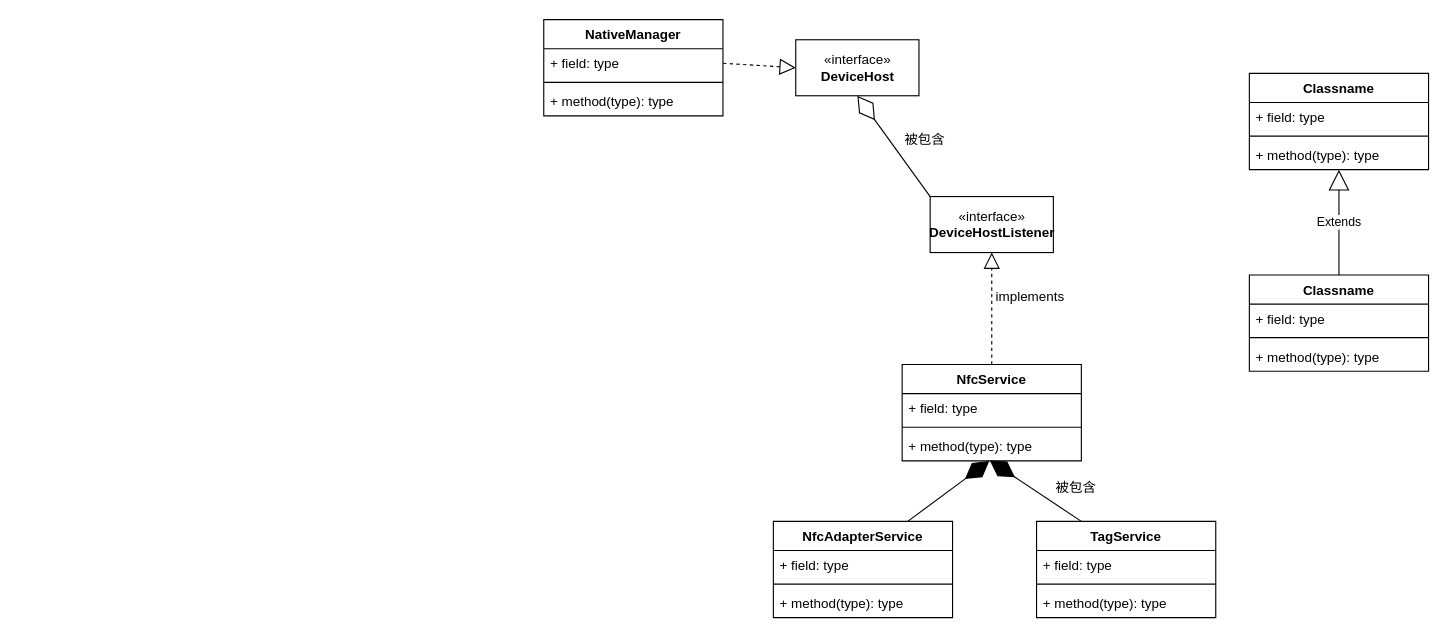
Above: NfcService类图.drawio in SuperSources/draw.io (draw.io), before the change. Source tidied: cells renumbered, new cells numbered last; positions are measured from the earlier drawing's top-left corner, leaving out a move shared by most shapes. Both pictures are drawn from the tidied source at 112%, with x=0, y=0 at pixel (543, 19).
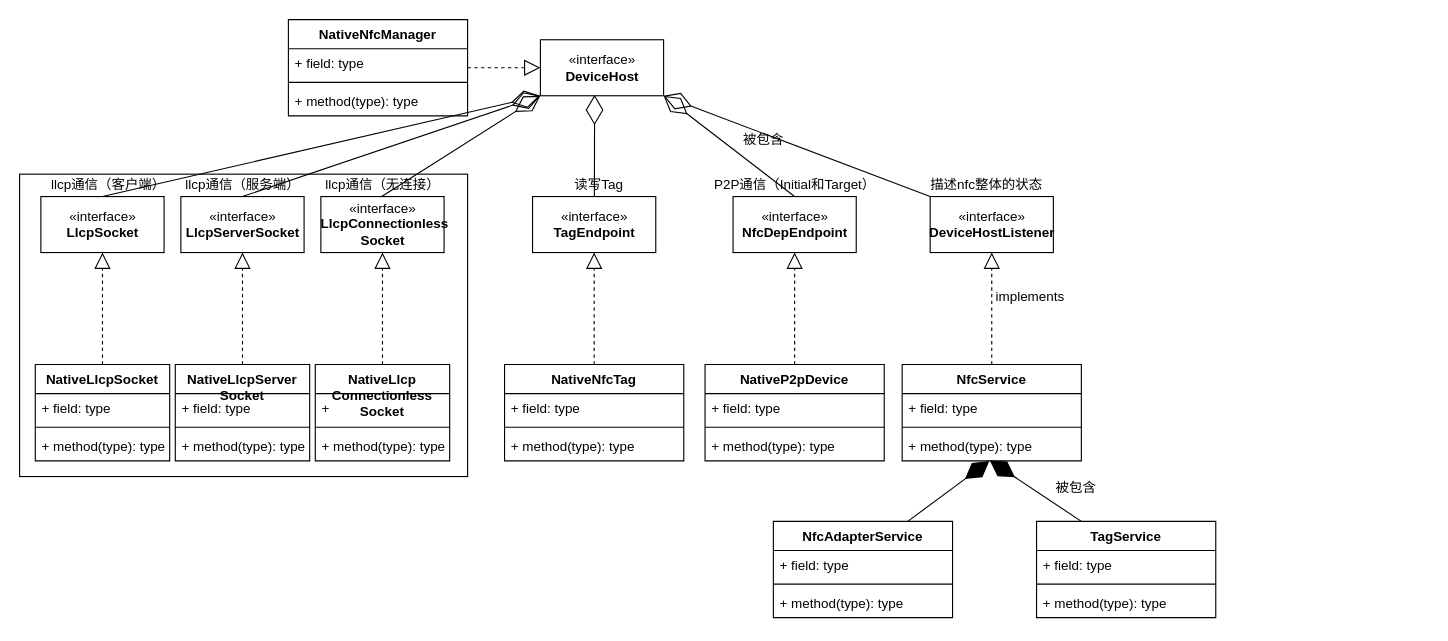
The same page after the edit.

The change refers to these unchanged cells:
```xml
<mxCell id="6" value="«interface»&lt;br&gt;&lt;b&gt;DeviceHostListener&lt;br&gt;&lt;/b&gt;" style="html=1;" parent="1" vertex="1">
  <mxGeometry x="345" y="158" width="110" height="50" as="geometry" />
</mxCell>
<mxCell id="12" value="+ field: type" style="text;strokeColor=none;fillColor=none;align=left;verticalAlign=top;spacingLeft=4;spacingRight=4;overflow=hidden;points=[[0,0.5],[1,0.5]];portConstraint=eastwest;" parent="11" vertex="1">
  <mxGeometry y="26" width="160" height="26" as="geometry" />
</mxCell>
```

What changed in the source:
```diff
@@
+    <mxCell id="37" style="rounded=0;whiteSpace=wrap;html=1;" parent="1" vertex="1">
+      <mxGeometry x="-468" y="138" width="400" height="270" as="geometry" />
+    </mxCell>
@@
     <mxCell id="9" value="«interface»&lt;br&gt;&lt;b&gt;DeviceHost&lt;/b&gt;" style="html=1;" parent="1" vertex="1">
-      <mxGeometry x="225" y="18" width="110" height="50" as="geometry" />
+      <mxGeometry x="-3" y="18" width="110" height="50" as="geometry" />
     </mxCell>
     <mxCell id="10" value="被包含" style="text;html=1;align=center;verticalAlign=middle;fillColor=none;strokeColor=none;rounded=0;" parent="1" vertex="1">
-      <mxGeometry x="315" y="98" width="50" height="20" as="geometry" />
+      <mxGeometry x="171" y="98" width="50" height="20" as="geometry" />
     </mxCell>
-    <mxCell id="11" value="NativeManager" style="swimlane;fontStyle=1;align=center;verticalAlign=top;horizontal=1;startSize=26;" parent="1" vertex="1">
-      <mxGeometry width="160" height="86" as="geometry" />
+    <mxCell id="11" value="NativeNfcManager" style="swimlane;fontStyle=1;align=center;verticalAlign=top;horizontal=1;startSize=26;" parent="1" vertex="1">
+      <mxGeometry x="-228" width="160" height="86" as="geometry" />
     </mxCell>
@@
-    <mxCell id="15" style="endArrow=block;dashed=1;endFill=0;endSize=12;html=1;rounded=0;entryX=0;entryY=0.5;entryDx=0;entryDy=0;exitX=1;exitY=0.5;exitDx=0;exitDy=0;" parent="1" edge="1" source="12" target="9">
-      <mxGeometry relative="1" as="geometry" />
+    <mxCell id="15" style="endArrow=block;dashed=1;endFill=0;endSize=12;html=1;rounded=0;entryX=0;entryY=0.5;entryDx=0;entryDy=0;" parent="1" edge="1" target="9">
+      <mxGeometry relative="1" as="geometry">
+        <mxPoint x="-68" y="43" as="sourcePoint" />
+      </mxGeometry>
     </mxCell>
-    <mxCell id="16" value="Classname" style="swimlane;fontStyle=1;align=center;verticalAlign=top;horizontal=1;startSize=26;" parent="1" vertex="1">
-      <mxGeometry x="630" y="48" width="160" height="86" as="geometry" />
-    </mxCell>
-    <mxCell id="17" value="+ field: type" style="text;strokeColor=none;fillColor=none;align=left;verticalAlign=top;spacingLeft=4;spacingRight=4;overflow=hidden;" parent="16" vertex="1">
-      <mxGeometry y="26" width="160" height="26" as="geometry" />
-    </mxCell>
-    <mxCell id="18" style="line;strokeWidth=1;fillColor=none;align=left;verticalAlign=middle;spacingTop=-1;spacingLeft=3;spacingRight=3;labelPosition=right;" parent="16" vertex="1">
-      <mxGeometry y="52" width="160" height="8" as="geometry" />
-    </mxCell>
-    <mxCell id="19" value="+ method(type): type" style="text;strokeColor=none;fillColor=none;align=left;verticalAlign=top;spacingLeft=4;spacingRight=4;overflow=hidden;points=[[0,0.5],[1,0.5]];portConstraint=eastwest;" parent="16" vertex="1">
-      <mxGeometry y="60" width="160" height="26" as="geometry" />
-    </mxCell>
-    <mxCell id="20" value="Classname" style="swimlane;fontStyle=1;align=center;verticalAlign=top;horizontal=1;startSize=26;" parent="1" vertex="1">
-      <mxGeometry x="630" y="228" width="160" height="86" as="geometry" />
-    </mxCell>
-    <mxCell id="21" value="+ field: type" style="text;strokeColor=none;fillColor=none;align=left;verticalAlign=top;spacingLeft=4;spacingRight=4;overflow=hidden;" parent="20" vertex="1">
-      <mxGeometry y="26" width="160" height="26" as="geometry" />
-    </mxCell>
-    <mxCell id="22" style="line;strokeWidth=1;fillColor=none;align=left;verticalAlign=middle;spacingTop=-1;spacingLeft=3;spacingRight=3;labelPosition=right;" parent="20" vertex="1">
-      <mxGeometry y="52" width="160" height="8" as="geometry" />
-    </mxCell>
-    <mxCell id="23" value="+ method(type): type" style="text;strokeColor=none;fillColor=none;align=left;verticalAlign=top;spacingLeft=4;spacingRight=4;overflow=hidden;" parent="20" vertex="1">
-      <mxGeometry y="60" width="160" height="26" as="geometry" />
-    </mxCell>
-    <mxCell id="24" value="Extends" style="endArrow=block;endSize=16;endFill=0;html=1;rounded=0;exitX=0.5;exitY=0;exitDx=0;exitDy=0;" parent="1" edge="1" source="20" target="19">
-      <mxGeometry relative="1" as="geometry" />
-    </mxCell>
-    <mxCell id="25" style="endArrow=diamondThin;endFill=0;endSize=24;html=1;rounded=0;entryX=0.5;entryY=1;entryDx=0;entryDy=0;exitX=0;exitY=0;exitDx=0;exitDy=0;" parent="1" edge="1" source="6" target="9">
+    <mxCell id="25" style="endArrow=diamondThin;endFill=0;endSize=24;html=1;rounded=0;entryX=1;entryY=1;entryDx=0;entryDy=0;exitX=0;exitY=0;exitDx=0;exitDy=0;" parent="1" edge="1" source="6" target="9">
       <mxGeometry relative="1" as="geometry" />
     </mxCell>
@@
+    <mxCell id="38" value="«interface»&lt;br&gt;&lt;b&gt;TagEndpoint&lt;/b&gt;" style="html=1;" parent="1" vertex="1">
+      <mxGeometry x="-10" y="158" width="110" height="50" as="geometry" />
+    </mxCell>
+    <mxCell id="39" style="endArrow=diamondThin;endFill=0;endSize=24;html=1;rounded=0;entryX=0.44;entryY=0.984;entryDx=0;entryDy=0;entryPerimeter=0;exitX=0.437;exitY=0.98;exitDx=0;exitDy=0;exitPerimeter=0;" parent="1" edge="1" source="44" target="9">
+      <mxGeometry relative="1" as="geometry" />
+    </mxCell>
+    <mxCell id="40" value="«interface»&lt;br&gt;&lt;b&gt;NfcDepEndpoint&lt;/b&gt;" style="html=1;" parent="1" vertex="1">
+      <mxGeometry x="169" y="158" width="110" height="50" as="geometry" />
+    </mxCell>
+    <mxCell id="41" style="endArrow=diamondThin;endFill=0;endSize=24;html=1;rounded=0;exitX=0.5;exitY=0;exitDx=0;exitDy=0;entryX=1;entryY=1;entryDx=0;entryDy=0;" parent="1" edge="1" source="40" target="9">
+      <mxGeometry relative="1" as="geometry" />
+    </mxCell>
+    <mxCell id="42" value="«interface»&lt;br&gt;&lt;b&gt;&amp;nbsp;LlcpConnectionless&lt;br&gt;Socket&lt;/b&gt;" style="html=1;" parent="1" vertex="1">
+      <mxGeometry x="-199" y="158" width="110" height="50" as="geometry" />
+    </mxCell>
+    <mxCell id="43" style="endArrow=diamondThin;endFill=0;endSize=24;html=1;rounded=0;exitX=0.497;exitY=0.99;exitDx=0;exitDy=0;entryX=0;entryY=1;entryDx=0;entryDy=0;exitPerimeter=0;" parent="1" edge="1" source="45" target="9">
+      <mxGeometry relative="1" as="geometry" />
+    </mxCell>
+    <mxCell id="44" value="读写Tag" style="text;html=1;align=center;verticalAlign=middle;points=[];fillColor=none;strokeColor=none;rounded=0;" parent="1" vertex="1">
+      <mxGeometry x="19" y="138" width="60" height="20" as="geometry" />
+    </mxCell>
+    <mxCell id="45" value="llcp通信（无连接）" style="text;html=1;align=center;verticalAlign=middle;points=[];fillColor=none;strokeColor=none;rounded=0;" parent="1" vertex="1">
+      <mxGeometry x="-204" y="138" width="120" height="20" as="geometry" />
+    </mxCell>
+    <mxCell id="46" value="P2P通信（Initial和Target）" style="text;html=1;align=center;verticalAlign=middle;fillColor=none;strokeColor=none;rounded=0;" parent="1" vertex="1">
+      <mxGeometry x="144" y="138" width="160" height="20" as="geometry" />
+    </mxCell>
+    <mxCell id="47" value="描述nfc整体的状态" style="text;html=1;align=center;verticalAlign=middle;fillColor=none;strokeColor=none;rounded=0;" parent="1" vertex="1">
+      <mxGeometry x="335" y="138" width="120" height="20" as="geometry" />
+    </mxCell>
+    <mxCell id="48" value="NativeNfcTag" style="swimlane;fontStyle=1;align=center;verticalAlign=top;horizontal=1;startSize=26;" parent="1" vertex="1">
+      <mxGeometry x="-35" y="308" width="160" height="86" as="geometry" />
+    </mxCell>
+    <mxCell id="49" value="+ field: type" style="text;strokeColor=none;fillColor=none;align=left;verticalAlign=top;spacingLeft=4;spacingRight=4;overflow=hidden;" parent="48" vertex="1">
+      <mxGeometry y="26" width="160" height="26" as="geometry" />
+    </mxCell>
+    <mxCell id="50" style="line;strokeWidth=1;fillColor=none;align=left;verticalAlign=middle;spacingTop=-1;spacingLeft=3;spacingRight=3;labelPosition=right;" parent="48" vertex="1">
+      <mxGeometry y="52" width="160" height="8" as="geometry" />
+    </mxCell>
+    <mxCell id="51" value="+ method(type): type" style="text;strokeColor=none;fillColor=none;align=left;verticalAlign=top;spacingLeft=4;spacingRight=4;overflow=hidden;" parent="48" vertex="1">
+      <mxGeometry y="60" width="160" height="26" as="geometry" />
+    </mxCell>
+    <mxCell id="52" style="endArrow=block;dashed=1;endFill=0;endSize=12;html=1;rounded=0;entryX=0.5;entryY=1;entryDx=0;entryDy=0;exitX=0.5;exitY=0;exitDx=0;exitDy=0;" parent="1" edge="1" source="48" target="38">
+      <mxGeometry relative="1" as="geometry" />
+    </mxCell>
+    <mxCell id="53" value="NativeP2pDevice" style="swimlane;fontStyle=1;align=center;verticalAlign=top;horizontal=1;startSize=26;" parent="1" vertex="1">
+      <mxGeometry x="144" y="308" width="160" height="86" as="geometry" />
+    </mxCell>
+    <mxCell id="54" value="+ field: type" style="text;strokeColor=none;fillColor=none;align=left;verticalAlign=top;spacingLeft=4;spacingRight=4;overflow=hidden;" parent="53" vertex="1">
+      <mxGeometry y="26" width="160" height="26" as="geometry" />
+    </mxCell>
+    <mxCell id="55" style="line;strokeWidth=1;fillColor=none;align=left;verticalAlign=middle;spacingTop=-1;spacingLeft=3;spacingRight=3;labelPosition=right;" parent="53" vertex="1">
+      <mxGeometry y="52" width="160" height="8" as="geometry" />
+    </mxCell>
+    <mxCell id="56" value="+ method(type): type" style="text;strokeColor=none;fillColor=none;align=left;verticalAlign=top;spacingLeft=4;spacingRight=4;overflow=hidden;" parent="53" vertex="1">
+      <mxGeometry y="60" width="160" height="26" as="geometry" />
+    </mxCell>
+    <mxCell id="57" style="endArrow=block;dashed=1;endFill=0;endSize=12;html=1;rounded=0;entryX=0.5;entryY=1;entryDx=0;entryDy=0;exitX=0.5;exitY=0;exitDx=0;exitDy=0;" parent="1" edge="1" source="53" target="40">
+      <mxGeometry relative="1" as="geometry" />
+    </mxCell>
+    <mxCell id="58" value="«interface»&lt;br&gt;&lt;b&gt;LlcpServerSocket&lt;/b&gt;" style="html=1;" parent="1" vertex="1">
+      <mxGeometry x="-324" y="158" width="110" height="50" as="geometry" />
+    </mxCell>
+    <mxCell id="59" value="«interface»&lt;br&gt;&lt;b&gt;LlcpSocket&lt;/b&gt;" style="html=1;" parent="1" vertex="1">
+      <mxGeometry x="-449" y="158" width="110" height="50" as="geometry" />
+    </mxCell>
+    <mxCell id="60" style="endArrow=diamondThin;endFill=0;endSize=24;html=1;rounded=0;entryX=0;entryY=1;entryDx=0;entryDy=0;exitX=0.5;exitY=0;exitDx=0;exitDy=0;" parent="1" edge="1" source="58" target="9">
+      <mxGeometry relative="1" as="geometry" />
+    </mxCell>
+    <mxCell id="61" style="endArrow=diamondThin;endFill=0;endSize=24;html=1;rounded=0;entryX=0;entryY=1;entryDx=0;entryDy=0;exitX=0.5;exitY=0;exitDx=0;exitDy=0;" parent="1" edge="1" source="59" target="9">
+      <mxGeometry relative="1" as="geometry" />
+    </mxCell>
+    <mxCell id="62" value="llcp通信（客户端）" style="text;html=1;align=center;verticalAlign=middle;fillColor=none;strokeColor=none;rounded=0;" parent="1" vertex="1">
+      <mxGeometry x="-449" y="138" width="120" height="20" as="geometry" />
+    </mxCell>
+    <mxCell id="63" value="llcp通信（服务端）" style="text;html=1;align=center;verticalAlign=middle;fillColor=none;strokeColor=none;rounded=0;" parent="1" vertex="1">
+      <mxGeometry x="-329" y="138" width="120" height="20" as="geometry" />
+    </mxCell>
+    <mxCell id="64" value="NativeLlcp&#10;Connectionless&#10;Socket" style="swimlane;fontStyle=1;align=center;verticalAlign=top;horizontal=1;startSize=26;" parent="1" vertex="1">
+      <mxGeometry x="-204" y="308" width="120" height="86" as="geometry" />
+    </mxCell>
+    <mxCell id="65" value="+ " style="text;strokeColor=none;fillColor=none;align=left;verticalAlign=top;spacingLeft=4;spacingRight=4;overflow=hidden;" parent="64" vertex="1">
+      <mxGeometry y="26" width="120" height="26" as="geometry" />
+    </mxCell>
+    <mxCell id="66" style="line;strokeWidth=1;fillColor=none;align=left;verticalAlign=middle;spacingTop=-1;spacingLeft=3;spacingRight=3;labelPosition=right;" parent="64" vertex="1">
+      <mxGeometry y="52" width="120" height="8" as="geometry" />
+    </mxCell>
+    <mxCell id="67" value="+ method(type): type" style="text;strokeColor=none;fillColor=none;align=left;verticalAlign=top;spacingLeft=4;spacingRight=4;overflow=hidden;" parent="64" vertex="1">
+      <mxGeometry y="60" width="120" height="26" as="geometry" />
+    </mxCell>
+    <mxCell id="68" value="NativeLlcpServer&#10;Socket" style="swimlane;fontStyle=1;align=center;verticalAlign=top;horizontal=1;startSize=26;" parent="1" vertex="1">
+      <mxGeometry x="-329" y="308" width="120" height="86" as="geometry" />
+    </mxCell>
+    <mxCell id="69" value="+ field: type" style="text;strokeColor=none;fillColor=none;align=left;verticalAlign=top;spacingLeft=4;spacingRight=4;overflow=hidden;" parent="68" vertex="1">
+      <mxGeometry y="26" width="120" height="26" as="geometry" />
+    </mxCell>
+    <mxCell id="70" style="line;strokeWidth=1;fillColor=none;align=left;verticalAlign=middle;spacingTop=-1;spacingLeft=3;spacingRight=3;labelPosition=right;" parent="68" vertex="1">
+      <mxGeometry y="52" width="120" height="8" as="geometry" />
+    </mxCell>
+    <mxCell id="71" value="+ method(type): type" style="text;strokeColor=none;fillColor=none;align=left;verticalAlign=top;spacingLeft=4;spacingRight=4;overflow=hidden;" parent="68" vertex="1">
+      <mxGeometry y="60" width="120" height="26" as="geometry" />
+    </mxCell>
+    <mxCell id="72" value="NativeLlcpSocket" style="swimlane;fontStyle=1;align=center;verticalAlign=top;horizontal=1;startSize=26;" parent="1" vertex="1">
+      <mxGeometry x="-454" y="308" width="120" height="86" as="geometry" />
+    </mxCell>
+    <mxCell id="73" value="+ field: type" style="text;strokeColor=none;fillColor=none;align=left;verticalAlign=top;spacingLeft=4;spacingRight=4;overflow=hidden;" parent="72" vertex="1">
+      <mxGeometry y="26" width="120" height="26" as="geometry" />
+    </mxCell>
+    <mxCell id="74" style="line;strokeWidth=1;fillColor=none;align=left;verticalAlign=middle;spacingTop=-1;spacingLeft=3;spacingRight=3;labelPosition=right;" parent="72" vertex="1">
+      <mxGeometry y="52" width="120" height="8" as="geometry" />
+    </mxCell>
+    <mxCell id="75" value="+ method(type): type" style="text;strokeColor=none;fillColor=none;align=left;verticalAlign=top;spacingLeft=4;spacingRight=4;overflow=hidden;" parent="72" vertex="1">
+      <mxGeometry y="60" width="120" height="26" as="geometry" />
+    </mxCell>
+    <mxCell id="76" style="endArrow=block;dashed=1;endFill=0;endSize=12;html=1;rounded=0;entryX=0.5;entryY=1;entryDx=0;entryDy=0;exitX=0.5;exitY=0;exitDx=0;exitDy=0;" parent="1" edge="1" source="64" target="42">
+      <mxGeometry relative="1" as="geometry" />
+    </mxCell>
+    <mxCell id="77" style="endArrow=block;dashed=1;endFill=0;endSize=12;html=1;rounded=0;entryX=0.5;entryY=1;entryDx=0;entryDy=0;exitX=0.5;exitY=0;exitDx=0;exitDy=0;" parent="1" edge="1" source="68" target="58">
+      <mxGeometry relative="1" as="geometry" />
+    </mxCell>
+    <mxCell id="78" style="endArrow=block;dashed=1;endFill=0;endSize=12;html=1;rounded=0;entryX=0.5;entryY=1;entryDx=0;entryDy=0;exitX=0.5;exitY=0;exitDx=0;exitDy=0;" parent="1" edge="1" source="72" target="59">
+      <mxGeometry relative="1" as="geometry" />
+    </mxCell>
```
